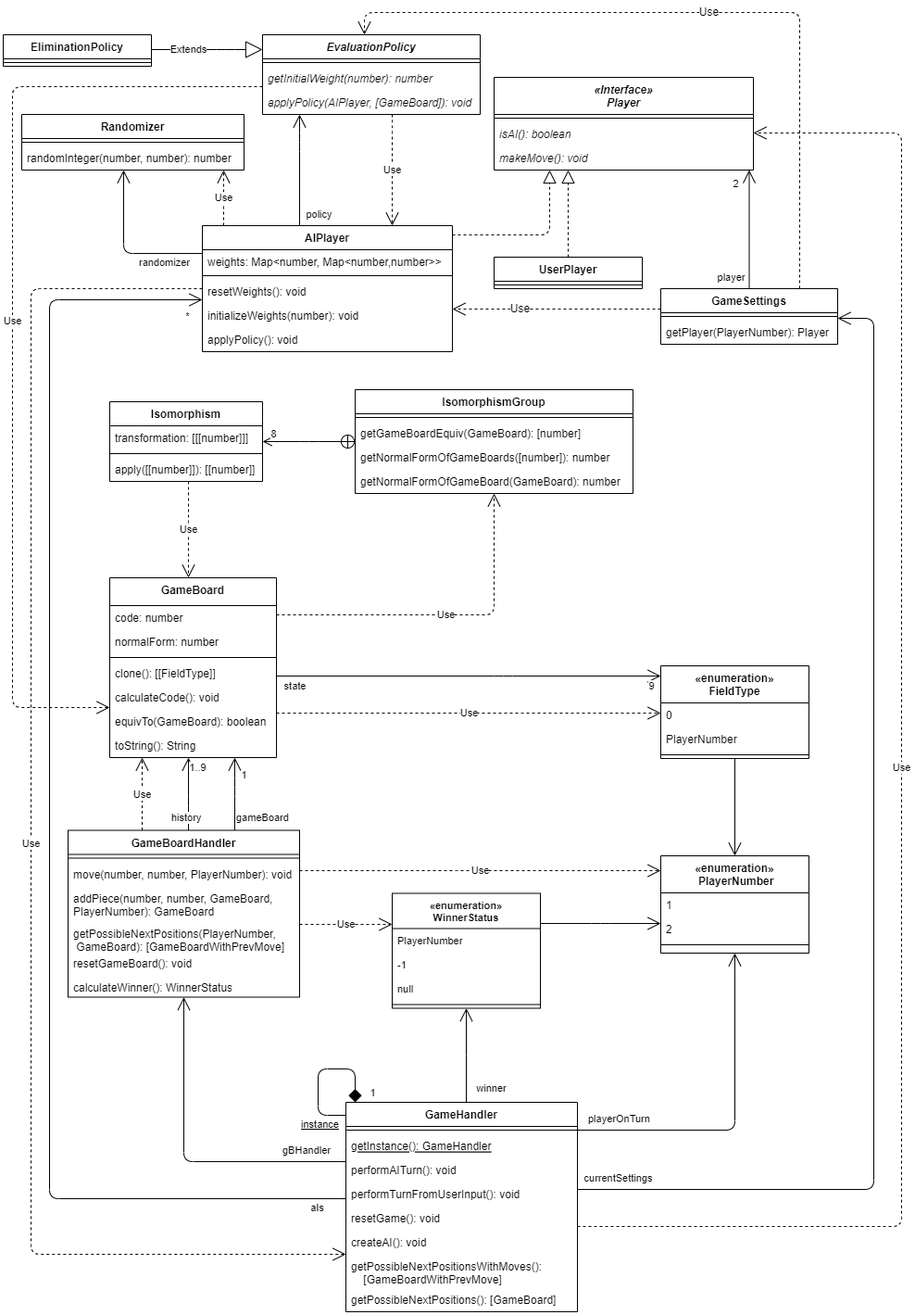
Above: ProductBacklog/Klassendiagramme/Aktuell.png in idlaviV/TIKTacToe (draw.io), before the change. Source tidied: cells renumbered, new cells last; positions are measured from the earlier drawing's top-left corner, leaving out a move shared by most shapes.
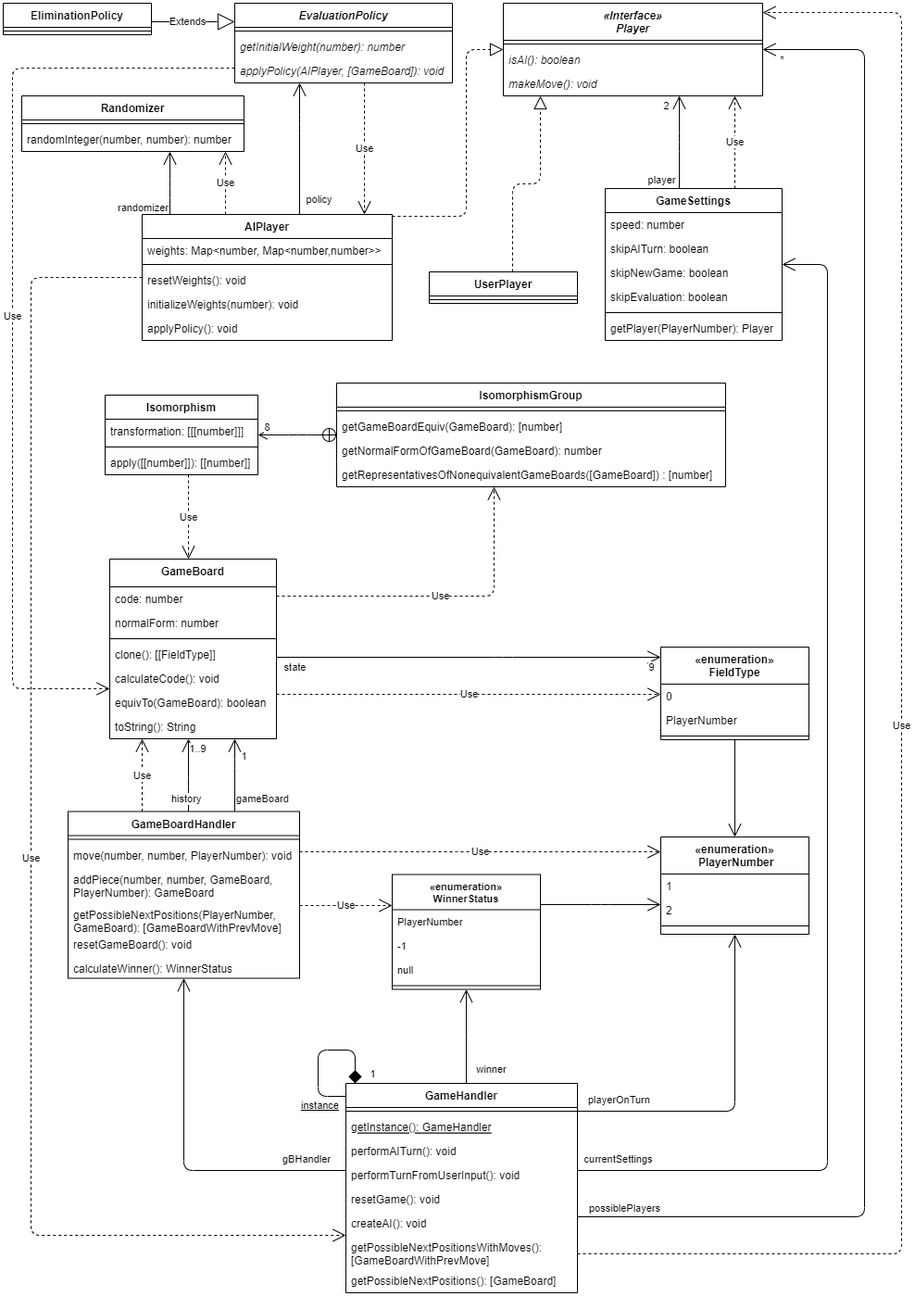
Above is the later version.

Diff of the diagram source:
```diff
@@ -38,7 +38,7 @@
     <mxCell id="13" value="addPiece(number, number, GameBoard, &#10;PlayerNumber): GameBoard" style="text;strokeColor=none;fillColor=none;align=left;verticalAlign=top;spacingLeft=4;spacingRight=4;overflow=hidden;rounded=0;" parent="10" vertex="1">
       <mxGeometry y="60" width="250" height="38" as="geometry" />
     </mxCell>
-    <mxCell id="14" value="getPossibleNextPositions(PlayerNumber,&#10; GameBoard): [GameBoardWithPrevMove]" style="text;strokeColor=none;fillColor=none;align=left;verticalAlign=top;spacingLeft=4;spacingRight=4;overflow=hidden;" parent="10" vertex="1">
+    <mxCell id="14" value="getPossibleNextPositions(PlayerNumber,&#10;GameBoard): [GameBoardWithPrevMove]" style="text;strokeColor=none;fillColor=none;align=left;verticalAlign=top;spacingLeft=4;spacingRight=4;overflow=hidden;" parent="10" vertex="1">
       <mxGeometry y="98" width="250" height="32" as="geometry" />
     </mxCell>
     <mxCell id="15" value="resetGameBoard(): void" style="text;strokeColor=none;fillColor=none;align=left;verticalAlign=top;spacingLeft=4;spacingRight=4;overflow=hidden;rounded=0;" parent="10" vertex="1">
@@ -118,7 +118,7 @@
       <mxGeometry x="-0.7" y="-27" relative="1" as="geometry" />
     </mxCell>
     <mxCell id="35" value="Isomorphism" style="swimlane;fontStyle=1;align=center;verticalAlign=top;horizontal=1;startSize=26;rounded=0;" parent="1" vertex="1">
-      <mxGeometry x="115" y="420" width="165" height="86" as="geometry" />
+      <mxGeometry x="110" y="433" width="165" height="86" as="geometry" />
     </mxCell>
     <mxCell id="36" value="transformation: [[[number]]]" style="text;strokeColor=none;fillColor=none;align=left;verticalAlign=top;spacingLeft=4;spacingRight=4;overflow=hidden;rounded=0;" parent="35" vertex="1">
       <mxGeometry y="26" width="165" height="26" as="geometry" />
@@ -130,22 +130,22 @@
       <mxGeometry y="60" width="165" height="26" as="geometry" />
     </mxCell>
     <mxCell id="39" value="IsomorphismGroup" style="swimlane;fontStyle=1;align=center;verticalAlign=top;horizontal=1;startSize=26;rounded=0;" parent="1" vertex="1">
-      <mxGeometry x="380" y="407" width="300" height="112" as="geometry" />
+      <mxGeometry x="360" y="420" width="420" height="112" as="geometry" />
     </mxCell>
     <mxCell id="40" style="line;strokeWidth=1;fillColor=none;align=left;verticalAlign=middle;spacingTop=-1;spacingLeft=3;spacingRight=3;labelPosition=right;strokeColor=inherit;rounded=0;" parent="39" vertex="1">
-      <mxGeometry y="26" width="300" height="8" as="geometry" />
+      <mxGeometry y="26" width="420" height="8" as="geometry" />
     </mxCell>
     <mxCell id="41" value="getGameBoardEquiv(GameBoard): [number]" style="text;strokeColor=none;fillColor=none;align=left;verticalAlign=top;spacingLeft=4;spacingRight=4;overflow=hidden;rounded=0;" parent="39" vertex="1">
-      <mxGeometry y="34" width="300" height="26" as="geometry" />
+      <mxGeometry y="34" width="420" height="26" as="geometry" />
     </mxCell>
-    <mxCell id="42" value="getNormalFormOfGameBoards([number]): number" style="text;strokeColor=none;fillColor=none;align=left;verticalAlign=top;spacingLeft=4;spacingRight=4;overflow=hidden;" parent="39" vertex="1">
-      <mxGeometry y="60" width="300" height="26" as="geometry" />
-    </mxCell>
     <mxCell id="43" value="getNormalFormOfGameBoard(GameBoard): number" style="text;strokeColor=none;fillColor=none;align=left;verticalAlign=top;spacingLeft=4;spacingRight=4;overflow=hidden;" parent="39" vertex="1">
-      <mxGeometry y="86" width="300" height="26" as="geometry" />
+      <mxGeometry y="60" width="420" height="26" as="geometry" />
     </mxCell>
+    <mxCell id="115" value="getRepresentativesOfNonequivalentGameBoards([GameBoard]) : [number]" style="text;strokeColor=none;fillColor=none;align=left;verticalAlign=top;spacingLeft=4;spacingRight=4;overflow=hidden;" parent="39" vertex="1">
+      <mxGeometry y="86" width="420" height="26" as="geometry" />
+    </mxCell>
     <mxCell id="44" value="AIPlayer" style="swimlane;fontStyle=1;align=center;verticalAlign=top;horizontal=1;startSize=26;" parent="1" vertex="1">
-      <mxGeometry x="215" y="230" width="270" height="136" as="geometry" />
+      <mxGeometry x="150" y="238" width="270" height="136" as="geometry" />
     </mxCell>
     <mxCell id="45" value="weights: Map&lt;number, Map&lt;number,number&gt;&gt;" style="text;strokeColor=none;fillColor=none;align=left;verticalAlign=top;spacingLeft=4;spacingRight=4;overflow=hidden;" parent="44" vertex="1">
       <mxGeometry y="26" width="270" height="24" as="geometry" />
@@ -163,7 +163,7 @@
       <mxGeometry y="110" width="270" height="26" as="geometry" />
     </mxCell>
     <mxCell id="50" value="«Interface»&#10;Player" style="swimlane;fontStyle=3;align=center;verticalAlign=top;horizontal=1;startSize=40;" parent="1" vertex="1">
-      <mxGeometry x="530" y="70" width="280" height="100" as="geometry" />
+      <mxGeometry x="540" y="10" width="280" height="100" as="geometry" />
     </mxCell>
     <mxCell id="51" style="line;strokeWidth=1;fillColor=none;align=left;verticalAlign=middle;spacingTop=-1;spacingLeft=3;spacingRight=3;labelPosition=right;strokeColor=inherit;" parent="50" vertex="1">
       <mxGeometry y="40" width="280" height="8" as="geometry" />
@@ -175,13 +175,13 @@
       <mxGeometry y="74" width="280" height="26" as="geometry" />
     </mxCell>
     <mxCell id="54" value="UserPlayer" style="swimlane;fontStyle=1;align=center;verticalAlign=top;horizontal=1;startSize=26;labelBackgroundColor=none;fillStyle=auto;" parent="1" vertex="1">
-      <mxGeometry x="530" y="264" width="160" height="34" as="geometry" />
+      <mxGeometry x="460" y="300" width="160" height="34" as="geometry" />
     </mxCell>
     <mxCell id="55" style="line;strokeWidth=1;fillColor=none;align=left;verticalAlign=middle;spacingTop=-1;spacingLeft=3;spacingRight=3;labelPosition=right;strokeColor=inherit;labelBackgroundColor=#FF3333;fillStyle=auto;" parent="54" vertex="1">
       <mxGeometry y="26" width="160" height="8" as="geometry" />
     </mxCell>
     <mxCell id="56" value="EvaluationPolicy" style="swimlane;fontStyle=3;align=center;verticalAlign=top;horizontal=1;startSize=26;" parent="1" vertex="1">
-      <mxGeometry x="280" y="24" width="235" height="86" as="geometry" />
+      <mxGeometry x="250" y="10" width="235" height="86" as="geometry" />
     </mxCell>
     <mxCell id="57" style="line;strokeWidth=1;fillColor=none;align=left;verticalAlign=middle;spacingTop=-1;spacingLeft=3;spacingRight=3;labelPosition=right;strokeColor=inherit;" parent="56" vertex="1">
       <mxGeometry y="26" width="235" height="8" as="geometry" />
@@ -193,22 +193,22 @@
       <mxGeometry y="60" width="235" height="26" as="geometry" />
     </mxCell>
     <mxCell id="60" value="EliminationPolicy" style="swimlane;fontStyle=1;align=center;verticalAlign=top;horizontal=1;startSize=26;" parent="1" vertex="1">
-      <mxGeometry y="24" width="160" height="34" as="geometry" />
+      <mxGeometry y="10" width="160" height="34" as="geometry" />
     </mxCell>
     <mxCell id="61" style="line;strokeWidth=1;fillColor=none;align=left;verticalAlign=middle;spacingTop=-1;spacingLeft=3;spacingRight=3;labelPosition=right;strokeColor=inherit;" parent="60" vertex="1">
       <mxGeometry y="26" width="160" height="8" as="geometry" />
     </mxCell>
     <mxCell id="62" value="Extends" style="endArrow=block;endSize=16;endFill=0;html=1;edgeStyle=elbowEdgeStyle;" parent="1" edge="1" source="60" target="56">
-      <mxGeometry x="-0.33" relative="1" as="geometry">
+      <mxGeometry x="-0.14" relative="1" as="geometry">
         <Array as="points">
-          <mxPoint x="240" y="40" />
-          <mxPoint x="220" y="20" />
+          <mxPoint x="230" y="30" />
         </Array>
       </mxGeometry>
     </mxCell>
     <mxCell id="63" value="Use" style="endArrow=open;endSize=12;dashed=1;html=1;edgeStyle=elbowEdgeStyle;" parent="1" edge="1" source="56" target="44">
       <mxGeometry relative="1" as="geometry">
         <Array as="points">
+          <mxPoint x="390" y="190" />
           <mxPoint x="420" y="120" />
           <mxPoint x="320" y="150" />
           <mxPoint x="160" y="100" />
@@ -224,13 +224,25 @@
       </mxGeometry>
     </mxCell>
     <mxCell id="65" value="GameSettings" style="swimlane;fontStyle=1;align=center;verticalAlign=top;horizontal=1;startSize=26;" parent="1" vertex="1">
-      <mxGeometry x="710" y="298" width="191" height="60" as="geometry" />
+      <mxGeometry x="650" y="210" width="191" height="164" as="geometry" />
     </mxCell>
+    <mxCell id="116" value="speed: number" style="text;strokeColor=none;fillColor=none;align=left;verticalAlign=top;spacingLeft=4;spacingRight=4;overflow=hidden;" parent="65" vertex="1">
+      <mxGeometry y="26" width="191" height="26" as="geometry" />
+    </mxCell>
+    <mxCell id="117" value="skipAITurn: boolean" style="text;strokeColor=none;fillColor=none;align=left;verticalAlign=top;spacingLeft=4;spacingRight=4;overflow=hidden;" parent="65" vertex="1">
+      <mxGeometry y="52" width="191" height="26" as="geometry" />
+    </mxCell>
+    <mxCell id="118" value="skipNewGame: boolean" style="text;strokeColor=none;fillColor=none;align=left;verticalAlign=top;spacingLeft=4;spacingRight=4;overflow=hidden;" parent="65" vertex="1">
+      <mxGeometry y="78" width="191" height="26" as="geometry" />
+    </mxCell>
+    <mxCell id="119" value="skipEvaluation: boolean" style="text;strokeColor=none;fillColor=none;align=left;verticalAlign=top;spacingLeft=4;spacingRight=4;overflow=hidden;" parent="65" vertex="1">
+      <mxGeometry y="104" width="191" height="26" as="geometry" />
+    </mxCell>
     <mxCell id="66" style="line;strokeWidth=1;fillColor=none;align=left;verticalAlign=middle;spacingTop=-1;spacingLeft=3;spacingRight=3;labelPosition=right;strokeColor=inherit;" parent="65" vertex="1">
-      <mxGeometry y="26" width="191" height="8" as="geometry" />
+      <mxGeometry y="130" width="191" height="8" as="geometry" />
     </mxCell>
     <mxCell id="67" value="getPlayer(PlayerNumber): Player" style="text;strokeColor=none;fillColor=none;align=left;verticalAlign=top;spacingLeft=4;spacingRight=4;overflow=hidden;" parent="65" vertex="1">
-      <mxGeometry y="34" width="191" height="26" as="geometry" />
+      <mxGeometry y="138" width="191" height="26" as="geometry" />
     </mxCell>
     <mxCell id="68" value="GameHandler" style="swimlane;fontStyle=1;align=center;verticalAlign=top;horizontal=1;startSize=26;labelBackgroundColor=default;fillStyle=auto;" parent="1" vertex="1">
       <mxGeometry x="370" y="1176" width="250" height="226" as="geometry" />
@@ -253,46 +265,17 @@
     <mxCell id="74" value="createAI(): void" style="text;strokeColor=none;fillColor=none;align=left;verticalAlign=top;spacingLeft=4;spacingRight=4;overflow=hidden;" parent="68" vertex="1">
       <mxGeometry y="138" width="250" height="26" as="geometry" />
     </mxCell>
-    <mxCell id="75" value="getPossibleNextPositionsWithMoves(): &#10;    [GameBoardWithPrevMove]" style="text;strokeColor=none;fillColor=none;align=left;verticalAlign=top;spacingLeft=4;spacingRight=4;overflow=hidden;" parent="68" vertex="1">
+    <mxCell id="75" value="getPossibleNextPositionsWithMoves(): &#10;[GameBoardWithPrevMove]" style="text;strokeColor=none;fillColor=none;align=left;verticalAlign=top;spacingLeft=4;spacingRight=4;overflow=hidden;" parent="68" vertex="1">
       <mxGeometry y="164" width="250" height="36" as="geometry" />
     </mxCell>
     <mxCell id="76" value="getPossibleNextPositions(): [GameBoard]" style="text;strokeColor=none;fillColor=none;align=left;verticalAlign=top;spacingLeft=4;spacingRight=4;overflow=hidden;" parent="68" vertex="1">
       <mxGeometry y="200" width="250" height="26" as="geometry" />
     </mxCell>
-    <mxCell id="77" value="aIs" style="endArrow=open;endSize=12;html=1;rounded=1;fontSize=11;elbow=vertical;edgeStyle=orthogonalEdgeStyle;" parent="1" edge="1" source="68" target="44">
-      <mxGeometry x="-0.96" y="10" relative="1" as="geometry">
-        <Array as="points">
-          <mxPoint x="50" y="1280" />
-          <mxPoint x="50" y="310" />
-        </Array>
-      </mxGeometry>
-    </mxCell>
-    <mxCell id="78" value="*" style="edgeLabel;html=1;align=center;verticalAlign=middle;" parent="77" vertex="1">
-      <mxGeometry x="0.93" y="-1" relative="1" as="geometry">
-        <mxPoint x="34" y="16" as="offset" />
-      </mxGeometry>
-    </mxCell>
-    <mxCell id="79" value="Use" style="endArrow=open;endSize=12;dashed=1;html=1;rounded=1;fontSize=12;edgeStyle=orthogonalEdgeStyle;" parent="1" edge="1" source="65" target="56">
-      <mxGeometry relative="1" as="geometry">
-        <Array as="points">
-          <mxPoint x="860" />
-          <mxPoint x="390" />
-        </Array>
-      </mxGeometry>
-    </mxCell>
-    <mxCell id="80" value="Use" style="endArrow=open;endSize=12;dashed=1;html=1;rounded=1;fontSize=12;edgeStyle=orthogonalEdgeStyle;" parent="1" edge="1" source="65" target="44">
-      <mxGeometry x="0.35" relative="1" as="geometry">
-        <Array as="points">
-          <mxPoint x="590" y="320" />
-          <mxPoint x="590" y="320" />
-        </Array>
-      </mxGeometry>
-    </mxCell>
     <mxCell id="81" value="currentSettings" style="endArrow=open;endSize=12;html=1;rounded=1;fontSize=11;edgeStyle=orthogonalEdgeStyle;" parent="1" edge="1" source="68" target="65">
       <mxGeometry x="-0.93" y="12" relative="1" as="geometry">
         <Array as="points">
-          <mxPoint x="940" y="1270" />
-          <mxPoint x="940" y="330" />
+          <mxPoint x="890" y="1270" />
+          <mxPoint x="890" y="292" />
         </Array>
       </mxGeometry>
     </mxCell>
@@ -317,7 +300,7 @@
     <mxCell id="86" style="endArrow=open;html=1;edgeStyle=orthogonalEdgeStyle;endSize=12;endFill=0;" parent="1" edge="1" source="68" target="10">
       <mxGeometry relative="1" as="geometry">
         <Array as="points">
-          <mxPoint x="195" y="1240" />
+          <mxPoint x="195" y="1270" />
         </Array>
       </mxGeometry>
     </mxCell>
@@ -371,6 +354,7 @@
     <mxCell id="94" style="endArrow=open;endFill=1;endSize=12;html=1;edgeStyle=elbowEdgeStyle;" parent="1" edge="1" source="65" target="50">
       <mxGeometry relative="1" as="geometry">
         <Array as="points">
+          <mxPoint x="730" y="160" />
           <mxPoint x="790" y="150" />
         </Array>
       </mxGeometry>
@@ -404,8 +388,8 @@
     <mxCell id="99" value="Use" style="endArrow=open;endSize=12;dashed=1;html=1;edgeStyle=orthogonalEdgeStyle;" parent="1" edge="1" source="68" target="50">
       <mxGeometry relative="1" as="geometry">
         <Array as="points">
-          <mxPoint x="970" y="1310" />
-          <mxPoint x="970" y="130" />
+          <mxPoint x="970" y="1360" />
+          <mxPoint x="970" y="20" />
         </Array>
       </mxGeometry>
     </mxCell>
@@ -454,18 +438,19 @@
         </Array>
       </mxGeometry>
     </mxCell>
-    <mxCell id="105" style="endArrow=block;dashed=1;endFill=0;endSize=12;html=1;fontSize=12;edgeStyle=elbowEdgeStyle;" parent="1" edge="1" source="44" target="50">
+    <mxCell id="105" style="endArrow=block;dashed=1;endFill=0;endSize=12;html=1;fontSize=12;edgeStyle=orthogonalEdgeStyle;" parent="1" edge="1" source="44" target="50">
       <mxGeometry relative="1" as="geometry">
         <Array as="points">
-          <mxPoint x="590" y="240" />
-          <mxPoint x="590" y="220" />
+          <mxPoint x="500" y="240" />
+          <mxPoint x="500" y="60" />
         </Array>
       </mxGeometry>
     </mxCell>
-    <mxCell id="106" style="endArrow=block;dashed=1;endFill=0;endSize=12;html=1;fontSize=12;edgeStyle=elbowEdgeStyle;" parent="1" edge="1" source="54" target="50">
+    <mxCell id="106" style="endArrow=block;dashed=1;endFill=0;endSize=12;html=1;fontSize=12;edgeStyle=orthogonalEdgeStyle;" parent="1" edge="1" source="54" target="50">
       <mxGeometry relative="1" as="geometry">
         <Array as="points">
-          <mxPoint x="630" y="150" />
+          <mxPoint x="550" y="205" />
+          <mxPoint x="580" y="205" />
         </Array>
       </mxGeometry>
     </mxCell>
@@ -495,6 +480,7 @@
     <mxCell id="112" style="endArrow=open;endFill=1;endSize=12;html=1;edgeStyle=elbowEdgeStyle;" parent="1" edge="1" source="44" target="109">
       <mxGeometry relative="1" as="geometry">
         <Array as="points">
+          <mxPoint x="180" y="210" />
           <mxPoint x="130" y="260" />
           <mxPoint x="130" y="240" />
         </Array>
@@ -502,11 +488,41 @@
     </mxCell>
     <mxCell id="113" value="randomizer" style="edgeLabel;html=1;align=center;verticalAlign=middle;" parent="112" vertex="1">
       <mxGeometry x="-0.69" relative="1" as="geometry">
-        <mxPoint x="-15" y="9" as="offset" />
+        <mxPoint x="-30" y="3" as="offset" />
       </mxGeometry>
     </mxCell>
     <mxCell id="114" value="Use" style="endArrow=open;endSize=12;dashed=1;html=1;edgeStyle=elbowEdgeStyle;" parent="1" edge="1" source="44" target="109">
-      <mxGeometry relative="1" as="geometry" />
+      <mxGeometry relative="1" as="geometry">
+        <Array as="points">
+          <mxPoint x="240" y="210" />
+        </Array>
+      </mxGeometry>
     </mxCell>
+    <mxCell id="120" value="Use" style="endArrow=open;endSize=12;dashed=1;html=1;edgeStyle=elbowEdgeStyle;" parent="1" edge="1" source="65" target="50">
+      <mxGeometry relative="1" as="geometry">
+        <Array as="points">
+          <mxPoint x="790" y="170" />
+        </Array>
+      </mxGeometry>
+    </mxCell>
+    <mxCell id="121" style="endArrow=open;endFill=1;endSize=12;html=1;edgeStyle=elbowEdgeStyle;" parent="1" edge="1" source="68" target="50">
+      <mxGeometry relative="1" as="geometry">
+        <Array as="points">
+          <mxPoint x="930" y="1320" />
+          <mxPoint x="930" y="1330" />
+          <mxPoint x="930" y="600" />
+        </Array>
+      </mxGeometry>
+    </mxCell>
+    <mxCell id="122" value="possiblePlayers" style="edgeLabel;html=1;align=center;verticalAlign=middle;" parent="121" vertex="1">
+      <mxGeometry x="-0.94" y="-3" relative="1" as="geometry">
+        <mxPoint y="-13" as="offset" />
+      </mxGeometry>
+    </mxCell>
+    <mxCell id="78" value="*" style="edgeLabel;html=1;align=center;verticalAlign=middle;" parent="121" vertex="1">
+      <mxGeometry x="0.97" y="4" relative="1" as="geometry">
+        <mxPoint x="-3" y="6" as="offset" />
+      </mxGeometry>
+    </mxCell>
   </root>
 </mxGraphModel>
```
